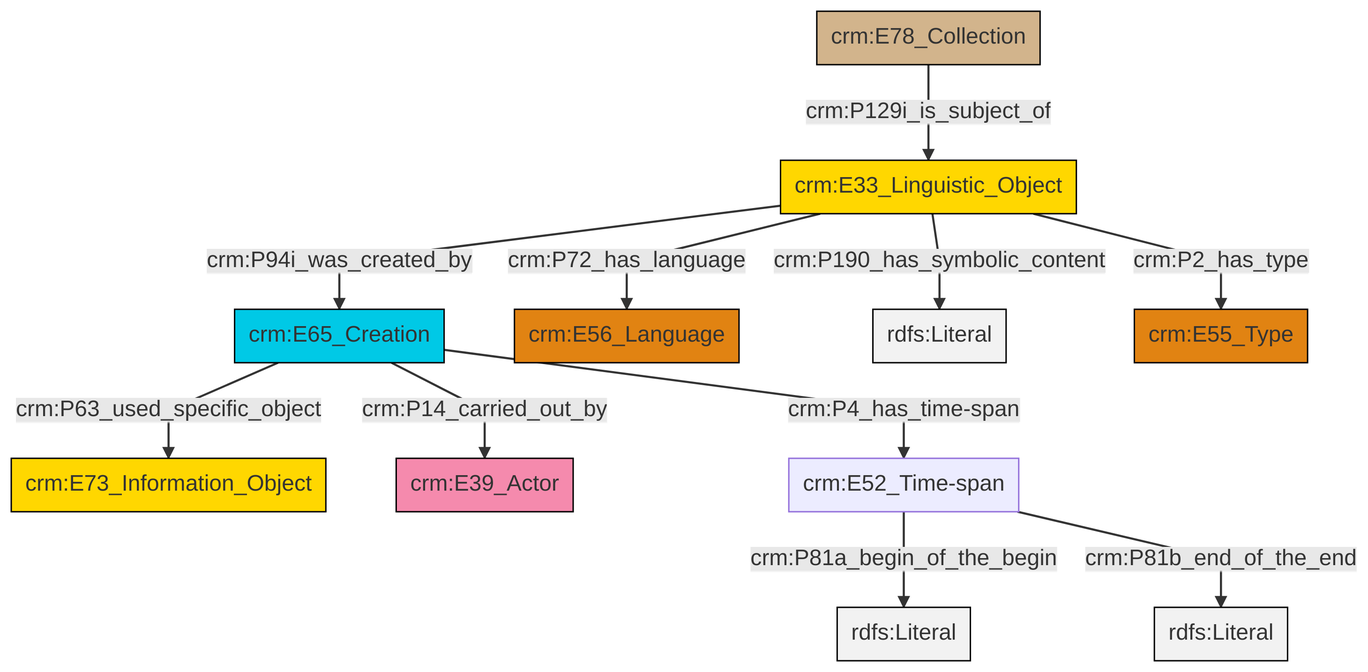
Before: et/archivalCSV/ttl/mmd/png/archival_desc.png, a diagram exported from Mermaid (swiss-art-research-net/docs.swissartresearch). Its source is kept beside it as et/archivalCSV/ttl/mmd/archival_desc.ttl.mmd.
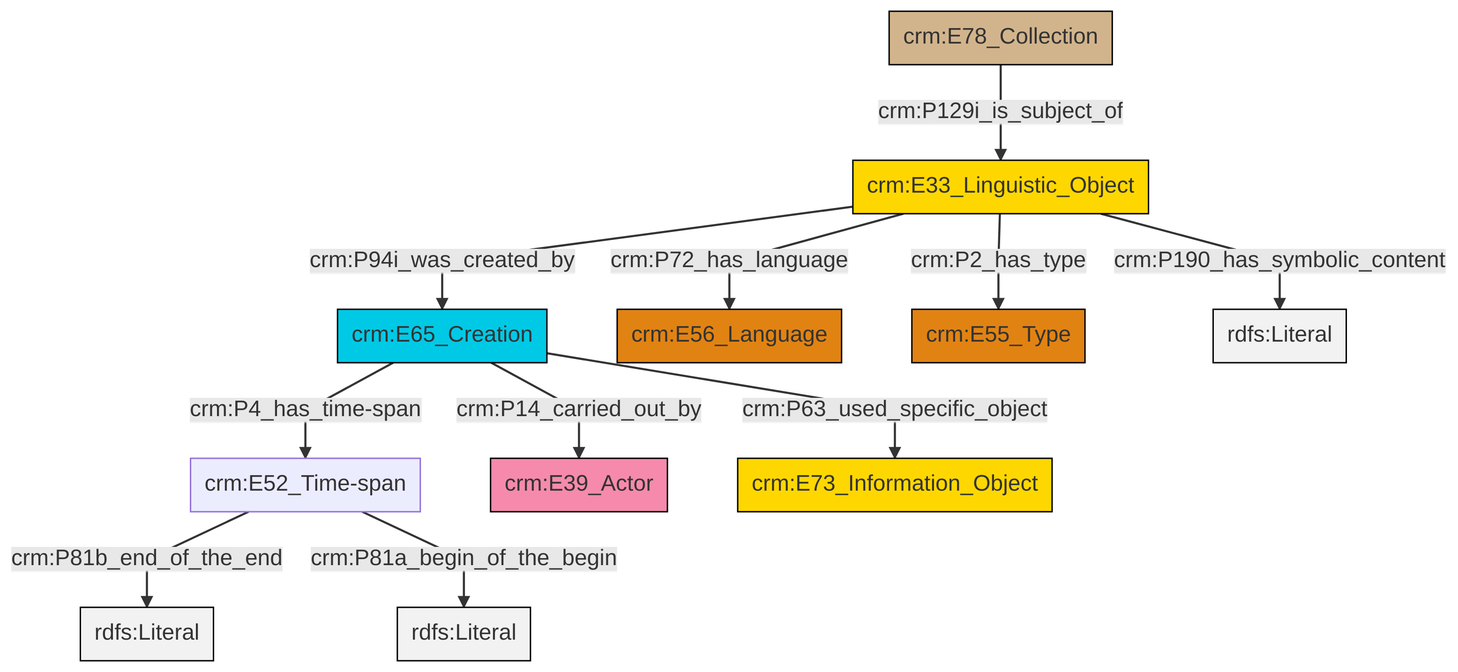
Above is the later version.

Change to the diagram source:
```diff
@@ -13,13 +13,13 @@
 classDef PC_Classes fill:#4ce600, stroke:#000000;
 classDef Multi fill:#cccccc,stroke:#000000;
 
-2["crm:E65_Creation"]:::Temporal_Entity -->|crm:P14_carried_out_by| 3["crm:E39_Actor"]:::Actor
-2["crm:E65_Creation"]:::Temporal_Entity -->|crm:P63_used_specific_object| 0["crm:E73_Information_Object"]:::Conceptual_Object
-2["crm:E65_Creation"]:::Temporal_Entity -->|crm:P4_has_time-span| 4["crm:E52_Time-span"]:::Default
-5["crm:E33_Linguistic_Object"]:::Conceptual_Object -->|crm:P72_has_language| 6["crm:E56_Language"]:::Type
-5["crm:E33_Linguistic_Object"]:::Conceptual_Object -->|crm:P190_has_symbolic_content| 7[rdfs:Literal]:::Literal
-9["crm:E78_Collection"]:::Physical_Thing -->|crm:P129i_is_subject_of| 5["crm:E33_Linguistic_Object"]:::Conceptual_Object
-5["crm:E33_Linguistic_Object"]:::Conceptual_Object -->|crm:P94i_was_created_by| 2["crm:E65_Creation"]:::Temporal_Entity
-4["crm:E52_Time-span"]:::Default -->|crm:P81a_begin_of_the_begin| 13[rdfs:Literal]:::Literal
-5["crm:E33_Linguistic_Object"]:::Conceptual_Object -->|crm:P2_has_type| 14["crm:E55_Type"]:::Type
-4["crm:E52_Time-span"]:::Default -->|crm:P81b_end_of_the_end| 17[rdfs:Literal]:::Literal
+4["crm:E52_Time-span"]:::Default -->|crm:P81b_end_of_the_end| 5[rdfs:Literal]:::Literal
+2["crm:E78_Collection"]:::Physical_Thing -->|crm:P129i_is_subject_of| 0["crm:E33_Linguistic_Object"]:::Conceptual_Object
+0["crm:E33_Linguistic_Object"]:::Conceptual_Object -->|crm:P94i_was_created_by| 7["crm:E65_Creation"]:::Temporal_Entity
+7["crm:E65_Creation"]:::Temporal_Entity -->|crm:P14_carried_out_by| 8["crm:E39_Actor"]:::Actor
+0["crm:E33_Linguistic_Object"]:::Conceptual_Object -->|crm:P72_has_language| 10["crm:E56_Language"]:::Type
+0["crm:E33_Linguistic_Object"]:::Conceptual_Object -->|crm:P2_has_type| 12["crm:E55_Type"]:::Type
+0["crm:E33_Linguistic_Object"]:::Conceptual_Object -->|crm:P190_has_symbolic_content| 13[rdfs:Literal]:::Literal
+7["crm:E65_Creation"]:::Temporal_Entity -->|crm:P63_used_specific_object| 16["crm:E73_Information_Object"]:::Conceptual_Object
+7["crm:E65_Creation"]:::Temporal_Entity -->|crm:P4_has_time-span| 4["crm:E52_Time-span"]:::Default
+4["crm:E52_Time-span"]:::Default -->|crm:P81a_begin_of_the_begin| 18[rdfs:Literal]:::Literal
```
